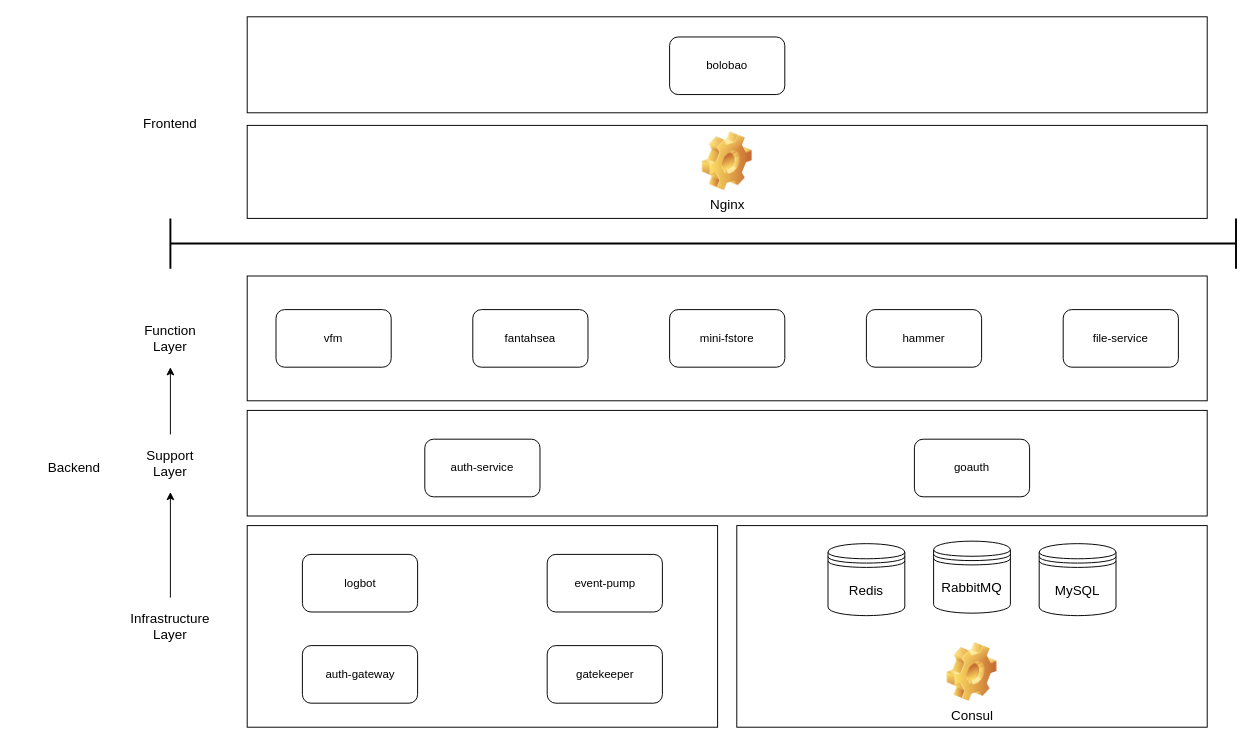
Before: infrastructure.drawio in CurtisNewbie/system-overview, a draw.io diagram. Source tidied: cells renumbered, new cells numbered last; positions are measured from the earlier drawing's top-left corner, leaving out a move shared by most shapes. Both pictures are drawn from the tidied source at 96%, with x=0, y=0 at pixel (16, 16).
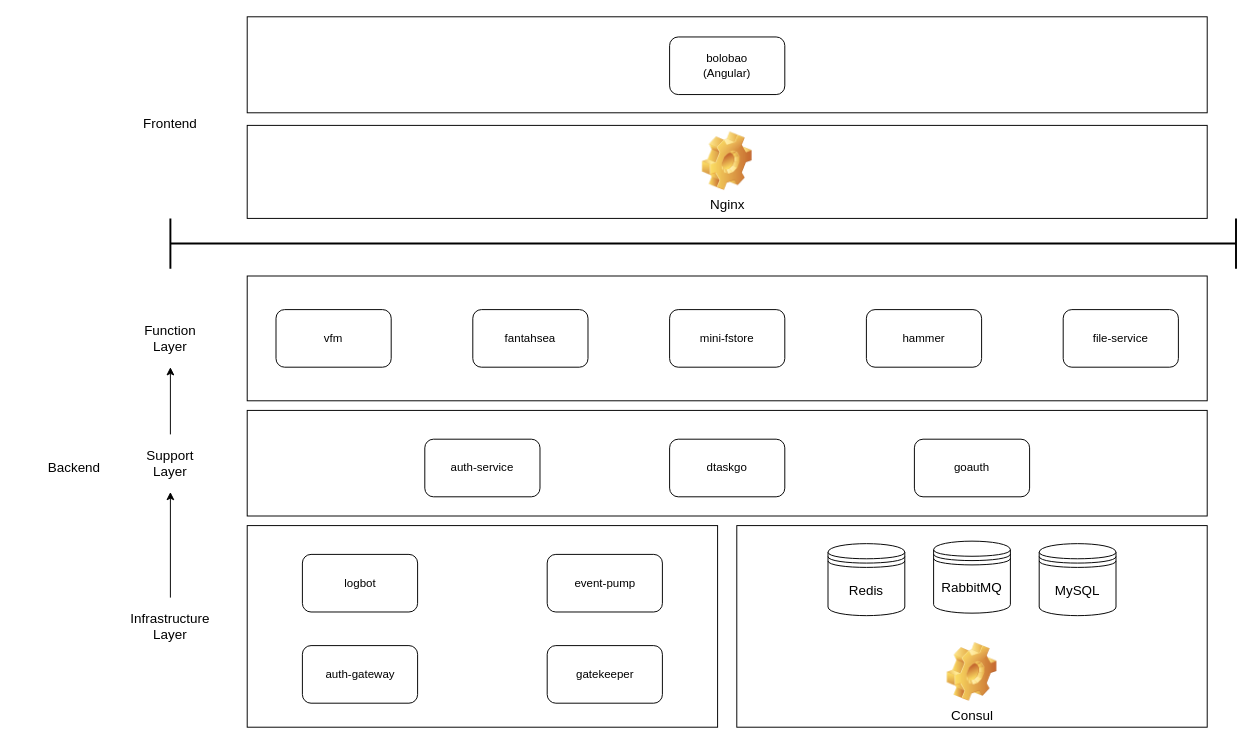
The same diagram, later.

Diff of the diagram source:
```diff
@@
-    <mxCell id="24" value="bolobao" style="rounded=1;whiteSpace=wrap;html=1;fillColor=none;verticalAlign=middle;align=center;" parent="1" vertex="1">
+    <mxCell id="24" value="bolobao&lt;br&gt;(Angular)" style="rounded=1;whiteSpace=wrap;html=1;fillColor=none;verticalAlign=middle;align=center;" parent="1" vertex="1">
       <mxGeometry x="680" y="21" width="120" height="60" as="geometry" />
     </mxCell>
@@
+    <mxCell id="33" value="dtaskgo" style="rounded=1;whiteSpace=wrap;html=1;fillColor=none;" parent="1" vertex="1">
+      <mxGeometry x="680" y="440" width="120" height="60" as="geometry" />
+    </mxCell>
```
